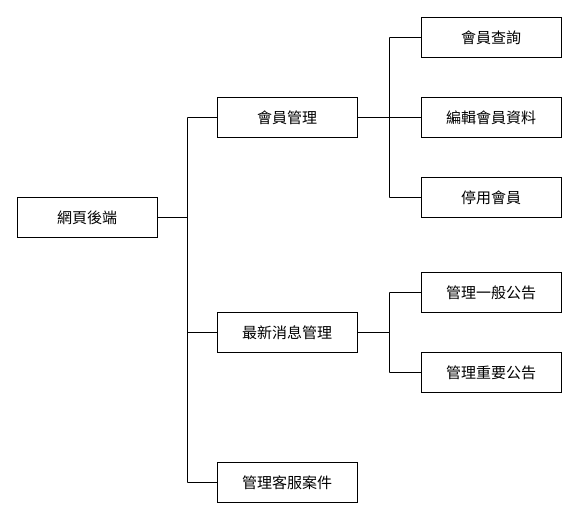
Before: graphs/b1/back end struct.drawio in 7bagbun/grad_prj_docs, a draw.io diagram. Source tidied: cells renumbered, new cells numbered last; positions are measured from the earlier drawing's top-left corner, leaving out a move shared by most shapes. Both pictures are drawn from the tidied source at 100%, with x=0, y=0 at pixel (17, 17).
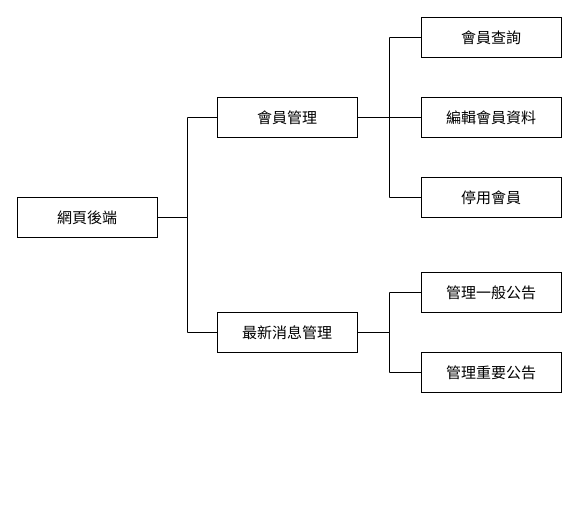
After the change.

Unchanged cells that the change refers to:
```xml
<mxCell id="5" value="&lt;font style=&quot;font-size: 15px;&quot;&gt;網頁後端&lt;/font&gt;" style="rounded=0;whiteSpace=wrap;html=1;direction=east;" parent="1" vertex="1">
  <mxGeometry y="180" width="140" height="40" as="geometry" />
</mxCell>
```

The edit, as a diff of the source:
```diff
@@
-    <mxCell id="4" style="edgeStyle=orthogonalEdgeStyle;rounded=0;jettySize=auto;html=1;entryX=0;entryY=0.5;entryDx=0;entryDy=0;endArrow=none;endFill=0;" parent="1" edge="1" source="5" target="18">
-      <mxGeometry relative="1" as="geometry" />
-    </mxCell>
@@
-    <mxCell id="18" value="&lt;font style=&quot;font-size: 15px;&quot;&gt;管理客服案件&lt;/font&gt;" style="rounded=0;whiteSpace=wrap;html=1;direction=east;" parent="1" vertex="1">
-      <mxGeometry x="200" y="445" width="140" height="40" as="geometry" />
-    </mxCell>
```
